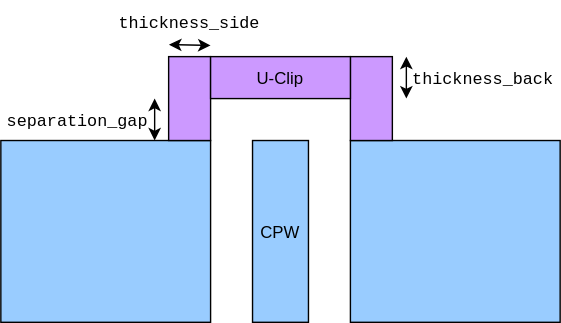
Before: _static/palace_sim_Uclip_dims.drawio.svg, a diagram exported from draw.io (6biscuits/SQDMetal). Source tidied: cells renumbered, new cells last; positions are measured from the earlier drawing's top-left corner, leaving out a move shared by most shapes.
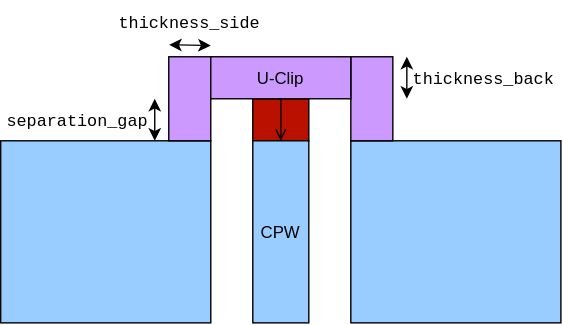
The same file after the commit.

Change to the diagram source:
```diff
@@ -2,6 +2,9 @@
   <root>
     <mxCell id="0" />
     <mxCell id="1" parent="0" />
+    <mxCell id="16" style="rounded=0;whiteSpace=wrap;html=1;fillColor=#BA1000;" parent="1" vertex="1">
+      <mxGeometry x="180" y="70" width="40" height="30" as="geometry" />
+    </mxCell>
     <mxCell id="2" style="rounded=0;fillColor=#99CCFF;" parent="1" vertex="1">
       <mxGeometry x="180" y="100" width="40" height="130" as="geometry" />
     </mxCell>
@@ -53,5 +56,13 @@
     <mxCell id="15" value="U-Clip" style="text;strokeColor=none;fillColor=none;align=center;verticalAlign=middle;rounded=0;fontFamily=Helvetica;" parent="1" vertex="1">
       <mxGeometry x="170" y="40" width="60" height="30" as="geometry" />
     </mxCell>
+    <mxCell id="17" style="endArrow=open;html=1;exitX=0.5;exitY=0;exitDx=0;exitDy=0;endFill=0;" parent="1" edge="1" source="16">
+      <mxGeometry relative="1" as="geometry">
+        <mxPoint x="200" y="100" as="targetPoint" />
+        <Array as="points">
+          <mxPoint x="200" y="80" />
+        </Array>
+      </mxGeometry>
+    </mxCell>
   </root>
 </mxGraphModel>
```
